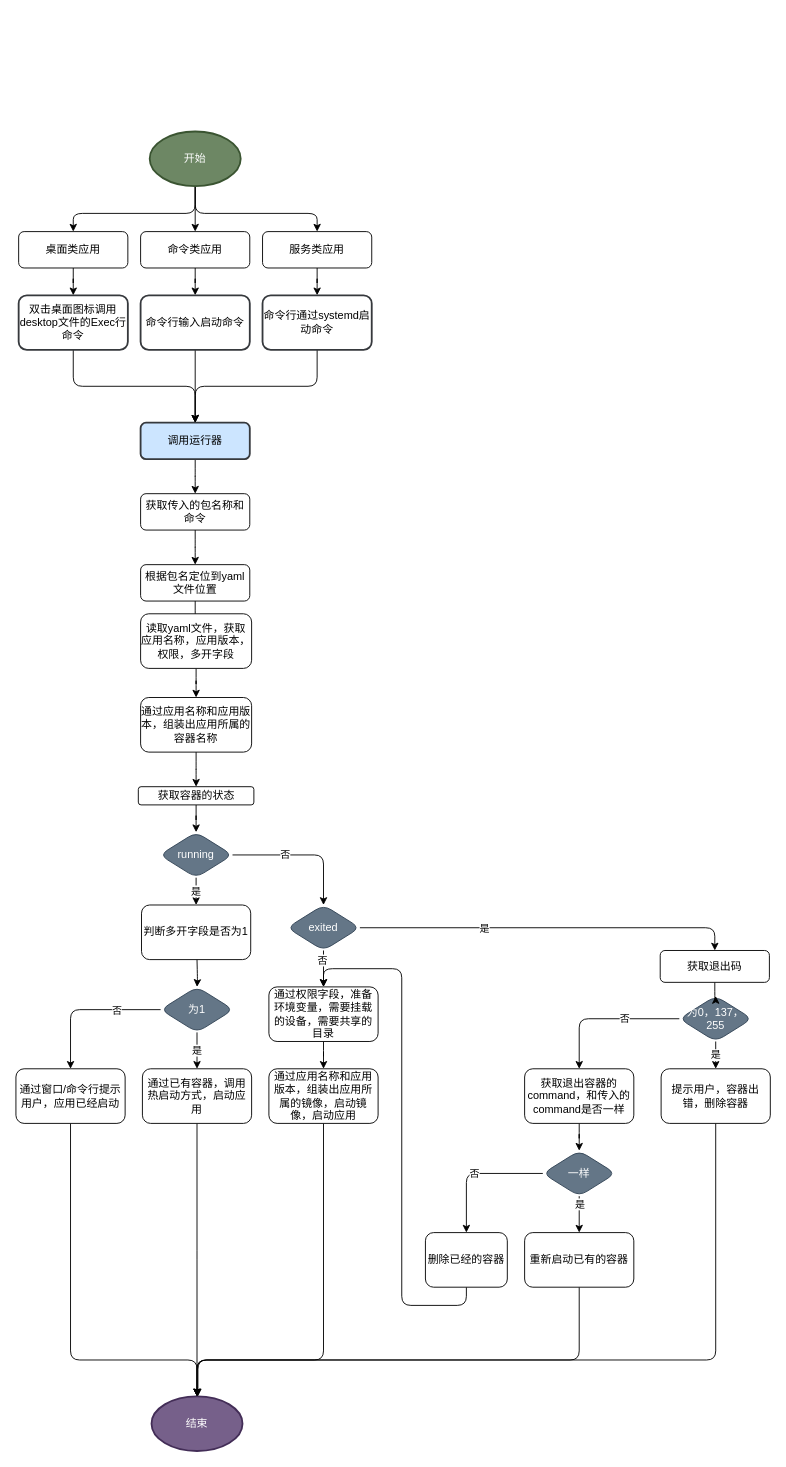
Before: page "第 1 页" (1 of 2) of apprunning.drawio in Doorer/draw.io-1, a draw.io diagram. Source tidied: cells renumbered, new cells numbered last; positions are measured from the earlier drawing's top-left corner, leaving out a move shared by most shapes. Both pictures are drawn from the tidied source at 91%, with x=0, y=0 at pixel (15, 131).
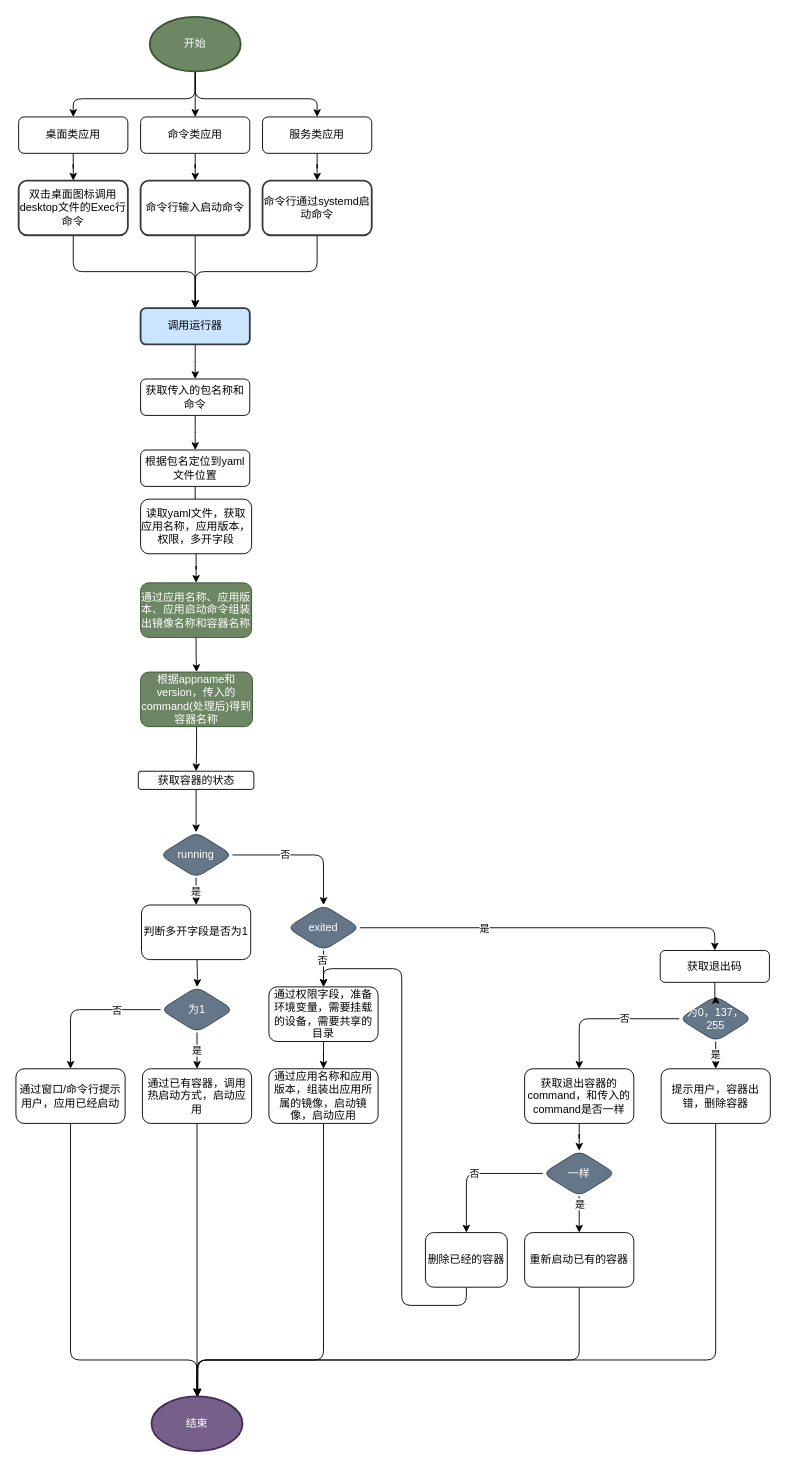
Above is the later version.

Unchanged cells that the change refers to:
```xml
<mxCell id="33" value="running" style="rhombus;whiteSpace=wrap;html=1;rounded=1;fillColor=#647687;fontColor=#ffffff;strokeColor=#314354;" parent="1" vertex="1">
  <mxGeometry x="158" y="770" width="80" height="50" as="geometry" />
</mxCell>
```

What changed in the source:
```diff
@@
     <mxCell id="2" style="edgeStyle=orthogonalEdgeStyle;rounded=1;jettySize=auto;html=1;entryX=0.5;entryY=0;entryDx=0;entryDy=0;" parent="1" edge="1" source="5" target="11">
       <mxGeometry relative="1" as="geometry">
         <Array as="points">
-          <mxPoint x="197" y="90" />
-          <mxPoint x="63" y="90" />
+          <mxPoint x="197" y="-36" />
+          <mxPoint x="63" y="-36" />
         </Array>
       </mxGeometry>
     </mxCell>
@@
     <mxCell id="4" style="edgeStyle=orthogonalEdgeStyle;rounded=1;jettySize=auto;html=1;" parent="1" edge="1" target="15">
       <mxGeometry relative="1" as="geometry">
-        <mxPoint x="197" y="60" as="sourcePoint" />
+        <mxPoint x="197" y="-66" as="sourcePoint" />
         <Array as="points">
-          <mxPoint x="197" y="90" />
-          <mxPoint x="331" y="90" />
+          <mxPoint x="197" y="-36" />
+          <mxPoint x="331" y="-36" />
         </Array>
       </mxGeometry>
     </mxCell>
     <mxCell id="5" value="开始" style="strokeWidth=2;html=1;shape=mxgraph.flowchart.start_1;whiteSpace=wrap;fillColor=#6d8764;strokeColor=#3A5431;rounded=1;fontColor=#ffffff;" parent="1" vertex="1">
-      <mxGeometry x="147" width="100" height="60" as="geometry" />
+      <mxGeometry x="147" y="-126" width="100" height="60" as="geometry" />
     </mxCell>
@@
     <mxCell id="7" value="双击桌面图标调用desktop文件的Exec行命令" style="whiteSpace=wrap;html=1;strokeWidth=2;fillColor=#FFFFFF;strokeColor=#36393d;rounded=1;" parent="1" vertex="1">
-      <mxGeometry x="3" y="180" width="120" height="60" as="geometry" />
+      <mxGeometry x="3" y="54" width="120" height="60" as="geometry" />
     </mxCell>
@@
     <mxCell id="9" value="调用运行器" style="whiteSpace=wrap;html=1;strokeWidth=2;fillColor=#cce5ff;strokeColor=#36393d;rounded=1;" parent="1" vertex="1">
-      <mxGeometry x="137" y="320" width="120" height="40" as="geometry" />
+      <mxGeometry x="137" y="194" width="120" height="40" as="geometry" />
     </mxCell>
@@
     <mxCell id="11" value="桌面类应用" style="rounded=1;whiteSpace=wrap;html=1;" parent="1" vertex="1">
-      <mxGeometry x="3" y="110" width="120" height="40" as="geometry" />
+      <mxGeometry x="3" y="-16" width="120" height="40" as="geometry" />
     </mxCell>
@@
     <mxCell id="13" value="命令类应用" style="rounded=1;whiteSpace=wrap;html=1;" parent="1" vertex="1">
-      <mxGeometry x="137" y="110" width="120" height="40" as="geometry" />
+      <mxGeometry x="137" y="-16" width="120" height="40" as="geometry" />
     </mxCell>
@@
     <mxCell id="15" value="服务类应用" style="rounded=1;whiteSpace=wrap;html=1;" parent="1" vertex="1">
-      <mxGeometry x="271" y="110" width="120" height="40" as="geometry" />
+      <mxGeometry x="271" y="-16" width="120" height="40" as="geometry" />
     </mxCell>
@@
     <mxCell id="17" value="命令行输入启动命令" style="whiteSpace=wrap;html=1;strokeWidth=2;fillColor=#FFFFFF;strokeColor=#36393d;rounded=1;" parent="1" vertex="1">
-      <mxGeometry x="137" y="180" width="120" height="60" as="geometry" />
+      <mxGeometry x="137" y="54" width="120" height="60" as="geometry" />
     </mxCell>
     <mxCell id="18" style="edgeStyle=orthogonalEdgeStyle;rounded=1;jettySize=auto;html=1;entryX=0.5;entryY=0;entryDx=0;entryDy=0;" parent="1" edge="1" source="19" target="9">
       <mxGeometry relative="1" as="geometry">
         <Array as="points">
-          <mxPoint x="331" y="280" />
-          <mxPoint x="197" y="280" />
+          <mxPoint x="331" y="154" />
+          <mxPoint x="197" y="154" />
         </Array>
       </mxGeometry>
     </mxCell>
     <mxCell id="19" value="命令行通过systemd启动命令" style="whiteSpace=wrap;html=1;strokeWidth=2;fillColor=#FFFFFF;strokeColor=#36393d;rounded=1;" parent="1" vertex="1">
-      <mxGeometry x="271" y="180" width="120" height="60" as="geometry" />
+      <mxGeometry x="271" y="54" width="120" height="60" as="geometry" />
     </mxCell>
@@
     <mxCell id="21" value="获取传入的包名称和命令" style="rounded=1;whiteSpace=wrap;html=1;fillColor=#FFFFFF;" parent="1" vertex="1">
-      <mxGeometry x="137" y="398" width="120" height="40" as="geometry" />
+      <mxGeometry x="137" y="272" width="120" height="40" as="geometry" />
     </mxCell>
@@
     <mxCell id="23" value="根据包名定位到yaml文件位置" style="rounded=1;whiteSpace=wrap;html=1;fillColor=#FFFFFF;" parent="1" vertex="1">
-      <mxGeometry x="137" y="476" width="120" height="40" as="geometry" />
+      <mxGeometry x="137" y="350" width="120" height="40" as="geometry" />
     </mxCell>
@@
     <mxCell id="25" value="读取yaml文件，获取应用名称，应用版本，权限，多开字段" style="rounded=1;whiteSpace=wrap;html=1;fillColor=#FFFFFF;" parent="1" vertex="1">
-      <mxGeometry x="137" y="530" width="122" height="60" as="geometry" />
+      <mxGeometry x="137" y="404" width="122" height="60" as="geometry" />
     </mxCell>
-    <mxCell id="26" style="edgeStyle=orthogonalEdgeStyle;rounded=1;jettySize=auto;html=1;" parent="1" edge="1" source="27" target="29">
-      <mxGeometry relative="1" as="geometry" />
-    </mxCell>
+    <mxCell id="71" style="edgeStyle=orthogonalEdgeStyle;rounded=0;jettySize=auto;html=1;" parent="1" edge="1" source="27" target="73">
+      <mxGeometry relative="1" as="geometry" />
+    </mxCell>
-    <mxCell id="27" value="通过应用名称和应用版本，组装出应用所属的容器名称" style="whiteSpace=wrap;html=1;fillColor=#FFFFFF;rounded=1;" parent="1" vertex="1">
-      <mxGeometry x="137" y="622" width="122" height="60" as="geometry" />
+    <mxCell id="27" value="通过应用名称、应用版本、应用启动命令组装出镜像名称和容器名称" style="whiteSpace=wrap;html=1;fillColor=#6d8764;rounded=1;fontColor=#ffffff;strokeColor=#3A5431;" parent="1" vertex="1">
+      <mxGeometry x="137" y="496" width="122" height="60" as="geometry" />
     </mxCell>
-    <mxCell id="28" style="edgeStyle=orthogonalEdgeStyle;rounded=1;jettySize=auto;html=1;" parent="1" edge="1" source="29" target="33">
+    <mxCell id="28" style="edgeStyle=orthogonalEdgeStyle;rounded=0;jettySize=auto;html=1;" parent="1" edge="1" source="29" target="33">
       <mxGeometry relative="1" as="geometry" />
     </mxCell>
     <mxCell id="29" value="获取容器的状态" style="whiteSpace=wrap;html=1;fillColor=#FFFFFF;rounded=1;" parent="1" vertex="1">
-      <mxGeometry x="134.5" y="720" width="127" height="20" as="geometry" />
+      <mxGeometry x="134.5" y="703" width="127" height="20" as="geometry" />
     </mxCell>
@@
+    <mxCell id="72" style="edgeStyle=orthogonalEdgeStyle;rounded=0;jettySize=auto;html=1;entryX=0.5;entryY=0;entryDx=0;entryDy=0;" parent="1" edge="1" source="73" target="29">
+      <mxGeometry relative="1" as="geometry" />
+    </mxCell>
+    <mxCell id="73" value="根据appname和version，传入的command(处理后)得到容器名称" style="rounded=1;whiteSpace=wrap;html=1;fillColor=#6d8764;fontColor=#ffffff;strokeColor=#3A5431;" parent="1" vertex="1">
+      <mxGeometry x="137" y="594" width="123" height="60" as="geometry" />
+    </mxCell>
```
